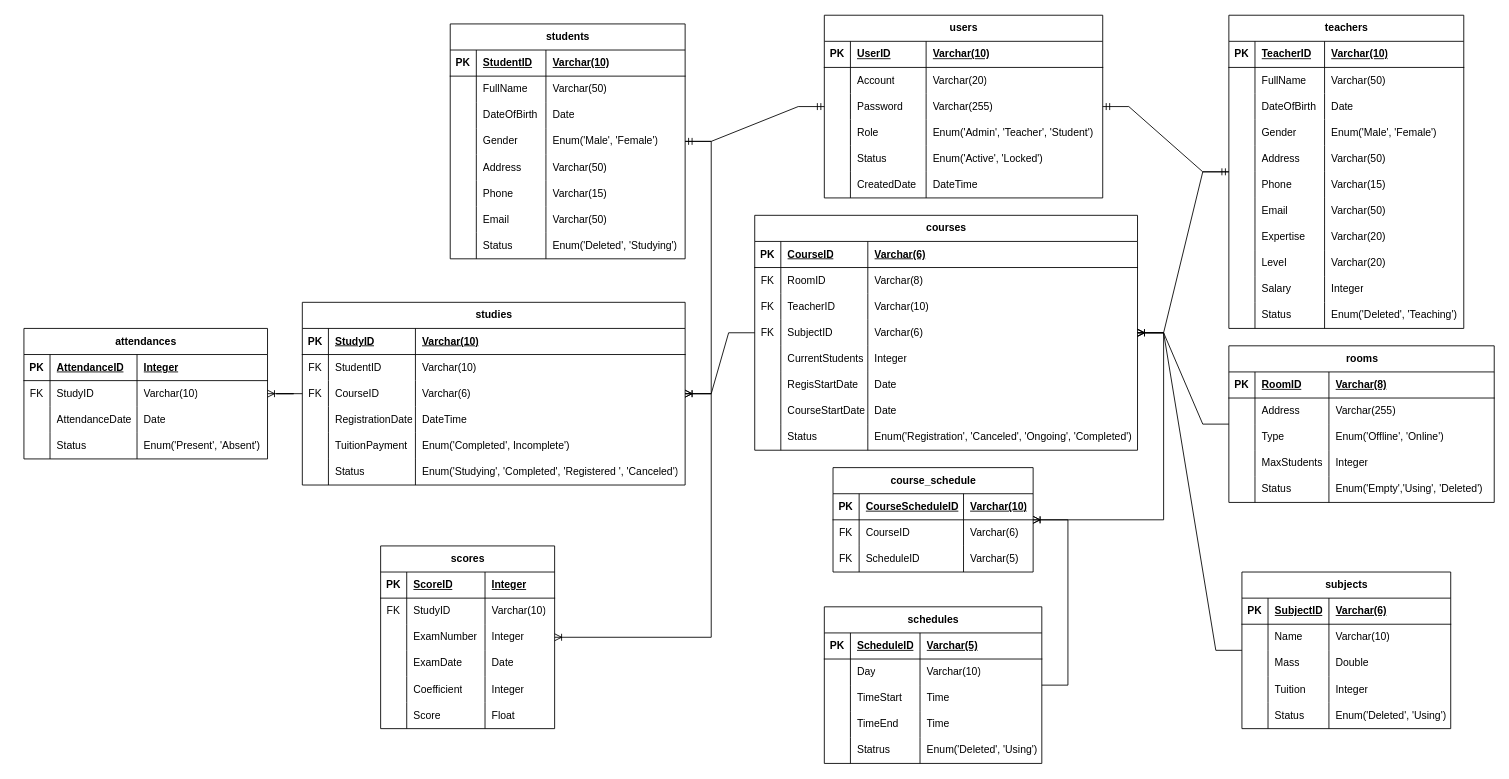
The draw.io diagram page "rdm" (2 of 2) of Describe/ERD.drawio in DatNT12052003/Project-Database-Lab, before the edit. Source tidied: cells renumbered, new cells numbered last; positions are measured from the earlier drawing's top-left corner, leaving out a move shared by most shapes. Both pictures are drawn from the tidied source at 87%, with x=0, y=0 at pixel (23, 15).
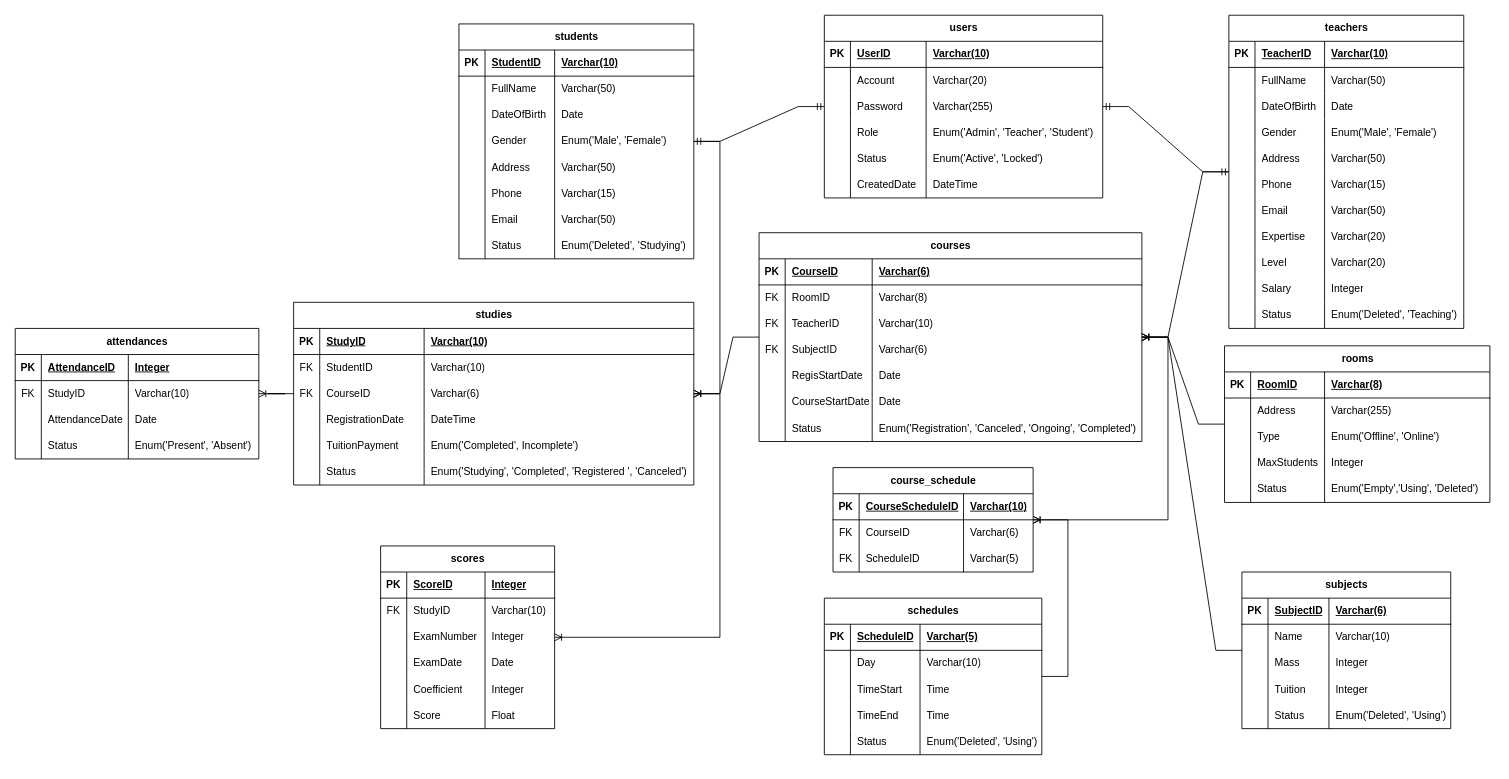
The same page after the edit.

Unchanged cells that the change refers to:
```xml
<mxCell id="151" style="shape=tableRow;horizontal=0;startSize=0;swimlaneHead=0;swimlaneBody=0;fillColor=none;top=0;left=0;right=0;bottom=0;" parent="134" vertex="1">
  <mxGeometry y="150" width="250" height="30" as="geometry" />
</mxCell>
<mxCell id="239" style="shape=tableRow;horizontal=0;startSize=0;swimlaneHead=0;swimlaneBody=0;fillColor=none;top=0;left=0;right=0;bottom=0;" parent="230" vertex="1">
  <mxGeometry y="90" width="240" height="30" as="geometry" />
</mxCell>
```

Diff of the diagram source:
```diff
@@
     <mxCell id="2" value="students" style="shape=table;startSize=30;childLayout=tableLayout;rowLines=0;fontStyle=1;align=center;html=1;" parent="1" vertex="1">
-      <mxGeometry x="490" y="10" width="270" height="270" as="geometry" />
+      <mxGeometry x="500" y="10" width="270" height="270" as="geometry" />
     </mxCell>
@@
     <mxCell id="80" value="courses" style="shape=table;startSize=30;childLayout=tableLayout;rowLines=0;fontStyle=1;align=center;html=1;" parent="1" vertex="1">
-      <mxGeometry x="840" y="230" width="440" height="270" as="geometry" />
+      <mxGeometry x="845" y="250" width="440" height="240" as="geometry" />
     </mxCell>
@@
-    <mxCell id="97" style="shape=tableRow;horizontal=0;startSize=0;swimlaneHead=0;swimlaneBody=0;fillColor=none;top=0;left=0;right=0;bottom=0;" parent="80" vertex="1">
-      <mxGeometry y="150" width="440" height="30" as="geometry" />
-    </mxCell>
-    <mxCell id="98" style="shape=partialRectangle;fillColor=none;top=0;left=0;bottom=0;right=0;overflow=hidden;whiteSpace=wrap;html=1;" parent="97" vertex="1">
-      <mxGeometry width="30" height="30" as="geometry" />
-    </mxCell>
-    <mxCell id="99" value="CurrentStudents" style="shape=partialRectangle;fillColor=none;top=0;left=0;bottom=0;right=0;align=left;spacingLeft=6;overflow=hidden;whiteSpace=wrap;html=1;" parent="97" vertex="1">
-      <mxGeometry x="30" width="100" height="30" as="geometry" />
-    </mxCell>
-    <mxCell id="100" value="Integer" style="shape=partialRectangle;fillColor=none;top=0;left=0;bottom=0;right=0;align=left;spacingLeft=6;overflow=hidden;whiteSpace=wrap;html=1;" parent="97" vertex="1">
-      <mxGeometry x="130" width="310" height="30" as="geometry" />
-    </mxCell>
     <mxCell id="101" style="shape=tableRow;horizontal=0;startSize=0;swimlaneHead=0;swimlaneBody=0;fillColor=none;top=0;left=0;right=0;bottom=0;" parent="80" vertex="1">
-      <mxGeometry y="180" width="440" height="30" as="geometry" />
+      <mxGeometry y="150" width="440" height="30" as="geometry" />
     </mxCell>
@@
     <mxCell id="105" style="shape=tableRow;horizontal=0;startSize=0;swimlaneHead=0;swimlaneBody=0;fillColor=none;top=0;left=0;right=0;bottom=0;" parent="80" vertex="1">
-      <mxGeometry y="210" width="440" height="30" as="geometry" />
+      <mxGeometry y="180" width="440" height="30" as="geometry" />
     </mxCell>
@@
     <mxCell id="109" style="shape=tableRow;horizontal=0;startSize=0;swimlaneHead=0;swimlaneBody=0;fillColor=none;top=0;left=0;right=0;bottom=0;" parent="80" vertex="1">
-      <mxGeometry y="240" width="440" height="30" as="geometry" />
+      <mxGeometry y="210" width="440" height="30" as="geometry" />
     </mxCell>
@@
     <mxCell id="113" value="rooms" style="shape=table;startSize=30;childLayout=tableLayout;rowLines=0;fontStyle=1;align=center;html=1;" parent="1" vertex="1">
-      <mxGeometry x="1385" y="380" width="305" height="180" as="geometry" />
+      <mxGeometry x="1380" y="380" width="305" height="180" as="geometry" />
     </mxCell>
@@
     <mxCell id="134" value="schedules" style="shape=table;startSize=30;childLayout=tableLayout;rowLines=0;fontStyle=1;align=center;html=1;" parent="1" vertex="1">
-      <mxGeometry x="920" y="680" width="250" height="180" as="geometry" />
+      <mxGeometry x="920" y="670" width="250" height="180" as="geometry" />
     </mxCell>
@@
-    <mxCell id="153" value="Statrus" style="shape=partialRectangle;fillColor=none;top=0;left=0;bottom=0;right=0;align=left;spacingLeft=6;overflow=hidden;whiteSpace=wrap;html=1;" parent="151" vertex="1">
+    <mxCell id="153" value="Status" style="shape=partialRectangle;fillColor=none;top=0;left=0;bottom=0;right=0;align=left;spacingLeft=6;overflow=hidden;whiteSpace=wrap;html=1;" parent="151" vertex="1">
       <mxGeometry x="30" width="80" height="30" as="geometry" />
     </mxCell>
@@
     <mxCell id="155" value="studies" style="shape=table;startSize=30;childLayout=tableLayout;rowLines=0;fontStyle=1;align=center;html=1;" parent="1" vertex="1">
-      <mxGeometry x="320" y="330" width="440" height="210" as="geometry" />
+      <mxGeometry x="310" y="330" width="460" height="210" as="geometry" />
     </mxCell>
     <mxCell id="156" style="shape=tableRow;horizontal=0;startSize=0;swimlaneHead=0;swimlaneBody=0;fillColor=none;top=0;left=0;right=0;bottom=1;" parent="155" vertex="1">
-      <mxGeometry y="30" width="440" height="30" as="geometry" />
+      <mxGeometry y="30" width="460" height="30" as="geometry" />
     </mxCell>
@@
     <mxCell id="158" value="StudyID" style="shape=partialRectangle;fillColor=none;top=0;left=0;bottom=0;right=0;align=left;spacingLeft=6;fontStyle=5;overflow=hidden;whiteSpace=wrap;html=1;" parent="156" vertex="1">
-      <mxGeometry x="30" width="100" height="30" as="geometry" />
+      <mxGeometry x="30" width="120" height="30" as="geometry" />
     </mxCell>
     <mxCell id="159" value="Varchar(10)" style="shape=partialRectangle;fillColor=none;top=0;left=0;bottom=0;right=0;align=left;spacingLeft=6;fontStyle=5;overflow=hidden;whiteSpace=wrap;html=1;" parent="156" vertex="1">
-      <mxGeometry x="130" width="310" height="30" as="geometry" />
+      <mxGeometry x="150" width="310" height="30" as="geometry" />
     </mxCell>
     <mxCell id="160" style="shape=tableRow;horizontal=0;startSize=0;swimlaneHead=0;swimlaneBody=0;fillColor=none;top=0;left=0;right=0;bottom=0;" parent="155" vertex="1">
-      <mxGeometry y="60" width="440" height="30" as="geometry" />
+      <mxGeometry y="60" width="460" height="30" as="geometry" />
     </mxCell>
@@
     <mxCell id="162" value="StudentID" style="shape=partialRectangle;fillColor=none;top=0;left=0;bottom=0;right=0;align=left;spacingLeft=6;overflow=hidden;whiteSpace=wrap;html=1;" parent="160" vertex="1">
-      <mxGeometry x="30" width="100" height="30" as="geometry" />
+      <mxGeometry x="30" width="120" height="30" as="geometry" />
     </mxCell>
     <mxCell id="163" value="Varchar(10)" style="shape=partialRectangle;fillColor=none;top=0;left=0;bottom=0;right=0;align=left;spacingLeft=6;overflow=hidden;whiteSpace=wrap;html=1;" parent="160" vertex="1">
-      <mxGeometry x="130" width="310" height="30" as="geometry" />
+      <mxGeometry x="150" width="310" height="30" as="geometry" />
     </mxCell>
     <mxCell id="164" style="shape=tableRow;horizontal=0;startSize=0;swimlaneHead=0;swimlaneBody=0;fillColor=none;top=0;left=0;right=0;bottom=0;" parent="155" vertex="1">
-      <mxGeometry y="90" width="440" height="30" as="geometry" />
+      <mxGeometry y="90" width="460" height="30" as="geometry" />
     </mxCell>
@@
     <mxCell id="166" value="CourseID" style="shape=partialRectangle;fillColor=none;top=0;left=0;bottom=0;right=0;align=left;spacingLeft=6;overflow=hidden;whiteSpace=wrap;html=1;" parent="164" vertex="1">
-      <mxGeometry x="30" width="100" height="30" as="geometry" />
+      <mxGeometry x="30" width="120" height="30" as="geometry" />
     </mxCell>
     <mxCell id="167" value="Varchar(6)" style="shape=partialRectangle;fillColor=none;top=0;left=0;bottom=0;right=0;align=left;spacingLeft=6;overflow=hidden;whiteSpace=wrap;html=1;" parent="164" vertex="1">
-      <mxGeometry x="130" width="310" height="30" as="geometry" />
+      <mxGeometry x="150" width="310" height="30" as="geometry" />
     </mxCell>
     <mxCell id="168" style="shape=tableRow;horizontal=0;startSize=0;swimlaneHead=0;swimlaneBody=0;fillColor=none;top=0;left=0;right=0;bottom=0;" parent="155" vertex="1">
-      <mxGeometry y="120" width="440" height="30" as="geometry" />
+      <mxGeometry y="120" width="460" height="30" as="geometry" />
     </mxCell>
@@
     <mxCell id="170" value="RegistrationDate" style="shape=partialRectangle;fillColor=none;top=0;left=0;bottom=0;right=0;align=left;spacingLeft=6;overflow=hidden;whiteSpace=wrap;html=1;" parent="168" vertex="1">
-      <mxGeometry x="30" width="100" height="30" as="geometry" />
+      <mxGeometry x="30" width="120" height="30" as="geometry" />
     </mxCell>
     <mxCell id="171" value="DateTime" style="shape=partialRectangle;fillColor=none;top=0;left=0;bottom=0;right=0;align=left;spacingLeft=6;overflow=hidden;whiteSpace=wrap;html=1;" parent="168" vertex="1">
-      <mxGeometry x="130" width="310" height="30" as="geometry" />
+      <mxGeometry x="150" width="310" height="30" as="geometry" />
     </mxCell>
     <mxCell id="172" style="shape=tableRow;horizontal=0;startSize=0;swimlaneHead=0;swimlaneBody=0;fillColor=none;top=0;left=0;right=0;bottom=0;" parent="155" vertex="1">
-      <mxGeometry y="150" width="440" height="30" as="geometry" />
+      <mxGeometry y="150" width="460" height="30" as="geometry" />
     </mxCell>
@@
     <mxCell id="174" value="TuitionPayment" style="shape=partialRectangle;fillColor=none;top=0;left=0;bottom=0;right=0;align=left;spacingLeft=6;overflow=hidden;whiteSpace=wrap;html=1;" parent="172" vertex="1">
-      <mxGeometry x="30" width="100" height="30" as="geometry" />
+      <mxGeometry x="30" width="120" height="30" as="geometry" />
     </mxCell>
     <mxCell id="175" value="Enum('Completed', Incomplete')" style="shape=partialRectangle;fillColor=none;top=0;left=0;bottom=0;right=0;align=left;spacingLeft=6;overflow=hidden;whiteSpace=wrap;html=1;" parent="172" vertex="1">
-      <mxGeometry x="130" width="310" height="30" as="geometry" />
+      <mxGeometry x="150" width="310" height="30" as="geometry" />
     </mxCell>
     <mxCell id="176" style="shape=tableRow;horizontal=0;startSize=0;swimlaneHead=0;swimlaneBody=0;fillColor=none;top=0;left=0;right=0;bottom=0;" parent="155" vertex="1">
-      <mxGeometry y="180" width="440" height="30" as="geometry" />
+      <mxGeometry y="180" width="460" height="30" as="geometry" />
     </mxCell>
@@
     <mxCell id="178" value="Status" style="shape=partialRectangle;fillColor=none;top=0;left=0;bottom=0;right=0;align=left;spacingLeft=6;overflow=hidden;whiteSpace=wrap;html=1;" parent="176" vertex="1">
-      <mxGeometry x="30" width="100" height="30" as="geometry" />
+      <mxGeometry x="30" width="120" height="30" as="geometry" />
     </mxCell>
     <mxCell id="179" value="Enum('Studying', 'Completed', '&lt;span style=&quot;&quot;&gt;Registered&lt;/span&gt;&amp;nbsp;', 'Canceled')" style="shape=partialRectangle;fillColor=none;top=0;left=0;bottom=0;right=0;align=left;spacingLeft=6;overflow=hidden;whiteSpace=wrap;html=1;" parent="176" vertex="1">
-      <mxGeometry x="130" width="310" height="30" as="geometry" />
+      <mxGeometry x="150" width="310" height="30" as="geometry" />
     </mxCell>
@@
-    <mxCell id="242" value="Double" style="shape=partialRectangle;fillColor=none;top=0;left=0;bottom=0;right=0;align=left;spacingLeft=6;overflow=hidden;whiteSpace=wrap;html=1;" parent="239" vertex="1">
+    <mxCell id="242" value="Integer" style="shape=partialRectangle;fillColor=none;top=0;left=0;bottom=0;right=0;align=left;spacingLeft=6;overflow=hidden;whiteSpace=wrap;html=1;" parent="239" vertex="1">
       <mxGeometry x="100" width="140" height="30" as="geometry" />
     </mxCell>
@@
     <mxCell id="251" value="attendances" style="shape=table;startSize=30;childLayout=tableLayout;rowLines=0;fontStyle=1;align=center;html=1;" parent="1" vertex="1">
-      <mxGeometry y="360" width="280" height="150" as="geometry" />
+      <mxGeometry x="-10" y="360" width="280" height="150" as="geometry" />
     </mxCell>
```
